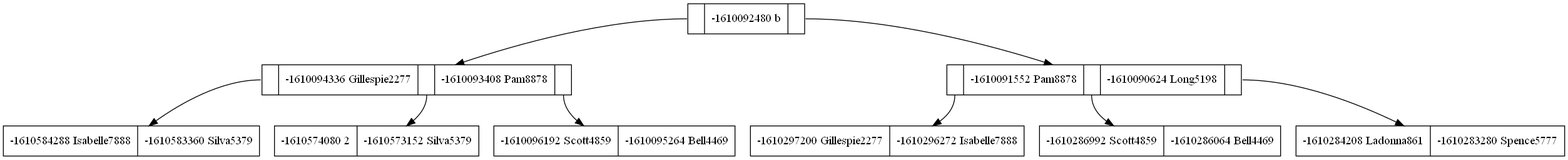
betebetoven/EDDS2F2 keeps this Graphviz diagram as arbolb.png. Above is the earlier version. Its source is kept beside it as arbolb.dot.
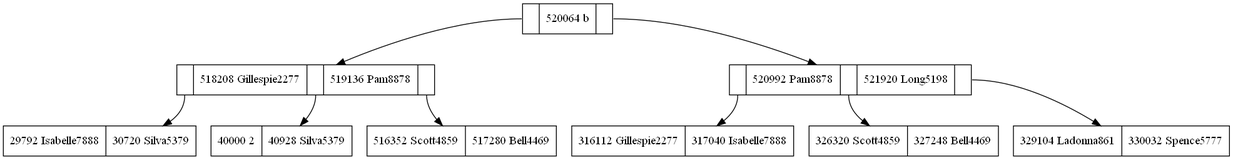
After the change.

Diff of the diagram source:
```diff
@@ -1,37 +1,37 @@
 digraph G {
 node[shape=record]
-R0x7f88a007f040[label="<C1>|-1610092480
+R0x7f0d0007ef80[label="<C1>|520064
  b|<C2>"];
-R0x7f88a007e900[label="<C1>|-1610094336
- Gillespie2277|<C2>|-1610093408
+R0x7f0d0007e840[label="<C1>|518208
+ Gillespie2277|<C2>|519136
  Pam8878|<C3>"];
-R0x7f88a0006f20[label="-1610584288
- Isabelle7888|-1610583360
+R0x7f0d00007460[label="29792
+ Isabelle7888|30720
  Silva5379"];
-R0x7f88a0009700[label="-1610574080
- 2|-1610573152
+R0x7f0d00009c40[label="40000
+ 2|40928
  Silva5379"];
-R0x7f88a007e1c0[label="-1610096192
- Scott4859|-1610095264
+R0x7f0d0007e100[label="516352
+ Scott4859|517280
  Bell4469"];
-R0x7f88a007f3e0[label="<C1>|-1610091552
- Pam8878|<C2>|-1610090624
+R0x7f0d0007f320[label="<C1>|520992
+ Pam8878|<C2>|521920
  Long5198|<C3>"];
-R0x7f88a004d090[label="-1610297200
- Gillespie2277|-1610296272
+R0x7f0d0004d2d0[label="316112
+ Gillespie2277|317040
  Isabelle7888"];
-R0x7f88a004f870[label="-1610286992
- Scott4859|-1610286064
+R0x7f0d0004fab0[label="326320
+ Scott4859|327248
  Bell4469"];
-R0x7f88a0050350[label="-1610284208
- Ladonna861|-1610283280
+R0x7f0d00050590[label="329104
+ Ladonna861|330032
  Spence5777"];
-R0x7f88a007f040:C1->R0x7f88a007e900;
-R0x7f88a007e900:C1->R0x7f88a0006f20;
-R0x7f88a007e900:C2->R0x7f88a0009700;
-R0x7f88a007e900:C3->R0x7f88a007e1c0;
-R0x7f88a007f040:C2->R0x7f88a007f3e0;
-R0x7f88a007f3e0:C1->R0x7f88a004d090;
-R0x7f88a007f3e0:C2->R0x7f88a004f870;
-R0x7f88a007f3e0:C3->R0x7f88a0050350;
+R0x7f0d0007ef80:C1->R0x7f0d0007e840;
+R0x7f0d0007e840:C1->R0x7f0d00007460;
+R0x7f0d0007e840:C2->R0x7f0d00009c40;
+R0x7f0d0007e840:C3->R0x7f0d0007e100;
+R0x7f0d0007ef80:C2->R0x7f0d0007f320;
+R0x7f0d0007f320:C1->R0x7f0d0004d2d0;
+R0x7f0d0007f320:C2->R0x7f0d0004fab0;
+R0x7f0d0007f320:C3->R0x7f0d00050590;
 }
```
